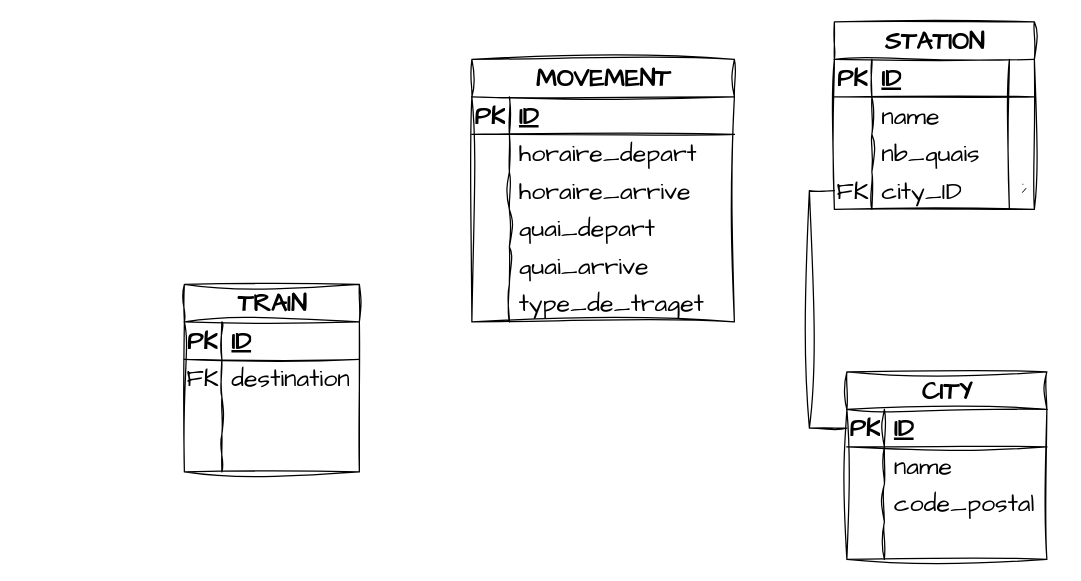
The draw.io diagram taintest.drawio in vsilvanska/examen-info-2023, before the edit. Source tidied: cells renumbered, new cells numbered last; positions are measured from the earlier drawing's top-left corner, leaving out a move shared by most shapes. Both pictures are drawn from the tidied source at 125%, with x=0, y=0 at pixel (184, 21).
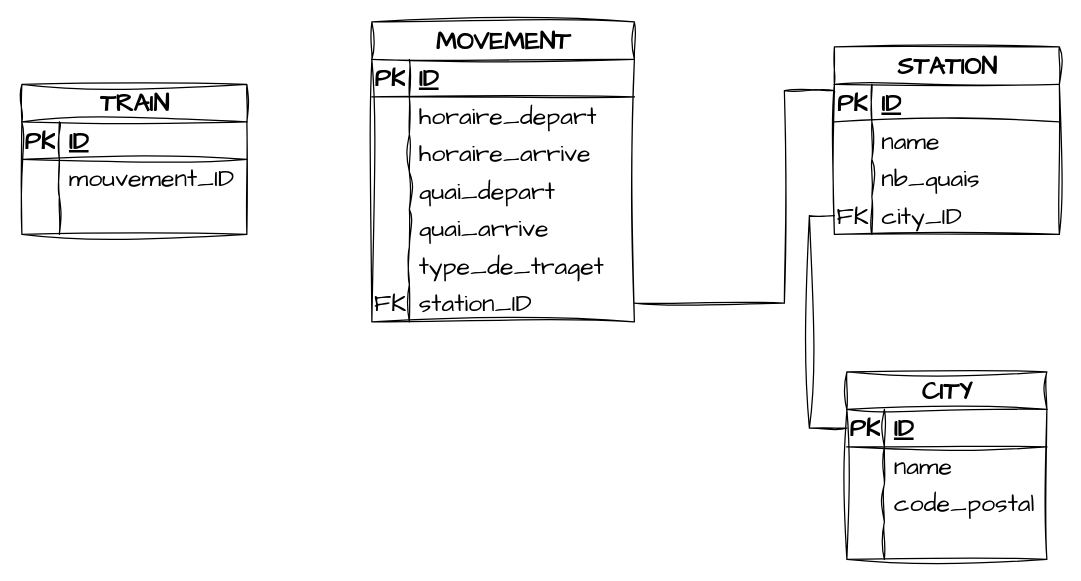
After the change.

Commit message (it also covers changes not shown here):
Mettre à jour taintest.drawio

The change refers to these unchanged cells:
```xml
<mxCell id="16" style="shape=tableRow;horizontal=0;startSize=0;swimlaneHead=0;swimlaneBody=0;fillColor=none;points=[[0,0.5],[1,0.5]];portConstraint=eastwest;top=0;left=0;right=0;bottom=1;sketch=1;hachureGap=4;jiggle=2;curveFitting=1;fontFamily=Architects Daughter;fontSize=20;" parent="15" vertex="1">
  <mxGeometry y="30" width="160" height="30" as="geometry" />
</mxCell>
```

What changed in the source:
```diff
@@
-    <mxCell id="2" value="TRAIN" style="shape=table;startSize=30;childLayout=tableLayout;rowLines=0;fontStyle=1;align=center;html=1;sketch=1;hachureGap=4;jiggle=2;curveFitting=1;fontFamily=Architects Daughter;fontSize=20;" parent="1" vertex="1">
-      <mxGeometry y="210" width="140" height="150" as="geometry" />
-    </mxCell>
-    <mxCell id="3" style="shape=tableRow;horizontal=0;startSize=0;swimlaneHead=0;swimlaneBody=0;fillColor=none;top=0;left=0;right=0;bottom=1;sketch=1;hachureGap=4;jiggle=2;curveFitting=1;fontFamily=Architects Daughter;fontSize=20;" parent="2" vertex="1">
-      <mxGeometry y="30" width="140" height="30" as="geometry" />
-    </mxCell>
-    <mxCell id="4" value="PK" style="shape=partialRectangle;fillColor=none;top=0;left=0;bottom=0;right=0;fontStyle=1;overflow=hidden;whiteSpace=wrap;html=1;sketch=1;hachureGap=4;jiggle=2;curveFitting=1;fontFamily=Architects Daughter;fontSize=20;" parent="3" vertex="1">
-      <mxGeometry width="30" height="30" as="geometry" />
-    </mxCell>
-    <mxCell id="5" value="ID" style="shape=partialRectangle;fillColor=none;top=0;left=0;bottom=0;right=0;align=left;spacingLeft=6;fontStyle=5;overflow=hidden;whiteSpace=wrap;html=1;sketch=1;hachureGap=4;jiggle=2;curveFitting=1;fontFamily=Architects Daughter;fontSize=20;" parent="3" vertex="1">
-      <mxGeometry x="30" width="110" height="30" as="geometry" />
-    </mxCell>
-    <mxCell id="6" style="shape=tableRow;horizontal=0;startSize=0;swimlaneHead=0;swimlaneBody=0;fillColor=none;top=0;left=0;right=0;bottom=0;sketch=1;hachureGap=4;jiggle=2;curveFitting=1;fontFamily=Architects Daughter;fontSize=20;" parent="2" vertex="1">
-      <mxGeometry y="60" width="140" height="30" as="geometry" />
-    </mxCell>
-    <mxCell id="7" value="FK" style="shape=partialRectangle;fillColor=none;top=0;left=0;bottom=0;right=0;overflow=hidden;whiteSpace=wrap;html=1;sketch=1;hachureGap=4;jiggle=2;curveFitting=1;fontFamily=Architects Daughter;fontSize=20;" parent="6" vertex="1">
-      <mxGeometry width="30" height="30" as="geometry" />
-    </mxCell>
-    <mxCell id="8" value="destination" style="shape=partialRectangle;fillColor=none;top=0;left=0;bottom=0;right=0;align=left;spacingLeft=6;overflow=hidden;whiteSpace=wrap;html=1;sketch=1;hachureGap=4;jiggle=2;curveFitting=1;fontFamily=Architects Daughter;fontSize=20;" parent="6" vertex="1">
-      <mxGeometry x="30" width="110" height="30" as="geometry" />
-    </mxCell>
-    <mxCell id="9" style="shape=tableRow;horizontal=0;startSize=0;swimlaneHead=0;swimlaneBody=0;fillColor=none;top=0;left=0;right=0;bottom=0;sketch=1;hachureGap=4;jiggle=2;curveFitting=1;fontFamily=Architects Daughter;fontSize=20;" parent="2" vertex="1">
-      <mxGeometry y="90" width="140" height="30" as="geometry" />
-    </mxCell>
-    <mxCell id="10" style="shape=partialRectangle;fillColor=none;top=0;left=0;bottom=0;right=0;overflow=hidden;whiteSpace=wrap;html=1;sketch=1;hachureGap=4;jiggle=2;curveFitting=1;fontFamily=Architects Daughter;fontSize=20;" parent="9" vertex="1">
-      <mxGeometry width="30" height="30" as="geometry" />
-    </mxCell>
-    <mxCell id="11" style="shape=partialRectangle;fillColor=none;top=0;left=0;bottom=0;right=0;align=left;spacingLeft=6;overflow=hidden;whiteSpace=wrap;html=1;sketch=1;hachureGap=4;jiggle=2;curveFitting=1;fontFamily=Architects Daughter;fontSize=20;" parent="9" vertex="1">
-      <mxGeometry x="30" width="110" height="30" as="geometry" />
-    </mxCell>
-    <mxCell id="12" style="shape=tableRow;horizontal=0;startSize=0;swimlaneHead=0;swimlaneBody=0;fillColor=none;top=0;left=0;right=0;bottom=0;sketch=1;hachureGap=4;jiggle=2;curveFitting=1;fontFamily=Architects Daughter;fontSize=20;" parent="2" vertex="1">
-      <mxGeometry y="120" width="140" height="30" as="geometry" />
-    </mxCell>
-    <mxCell id="13" style="shape=partialRectangle;fillColor=none;top=0;left=0;bottom=0;right=0;overflow=hidden;whiteSpace=wrap;html=1;sketch=1;hachureGap=4;jiggle=2;curveFitting=1;fontFamily=Architects Daughter;fontSize=20;" parent="12" vertex="1">
-      <mxGeometry width="30" height="30" as="geometry" />
-    </mxCell>
-    <mxCell id="14" style="shape=partialRectangle;fillColor=none;top=0;left=0;bottom=0;right=0;align=left;spacingLeft=6;overflow=hidden;whiteSpace=wrap;html=1;sketch=1;hachureGap=4;jiggle=2;curveFitting=1;fontFamily=Architects Daughter;fontSize=20;" parent="12" vertex="1">
-      <mxGeometry x="30" width="110" height="30" as="geometry" />
-    </mxCell>
@@
-    <mxCell id="28" value="STATION" style="shape=table;startSize=30;childLayout=tableLayout;rowLines=0;fontStyle=1;align=center;html=1;sketch=1;hachureGap=4;jiggle=2;curveFitting=1;fontFamily=Architects Daughter;fontSize=20;" parent="1" vertex="1">
-      <mxGeometry x="520" width="160" height="150" as="geometry" />
-    </mxCell>
-    <mxCell id="29" style="shape=tableRow;horizontal=0;startSize=0;swimlaneHead=0;swimlaneBody=0;fillColor=none;top=0;left=0;right=0;bottom=1;sketch=1;hachureGap=4;jiggle=2;curveFitting=1;fontFamily=Architects Daughter;fontSize=20;" parent="28" vertex="1">
-      <mxGeometry y="30" width="160" height="30" as="geometry" />
-    </mxCell>
-    <mxCell id="30" value="PK" style="shape=partialRectangle;fillColor=none;top=0;left=0;bottom=0;right=0;fontStyle=1;overflow=hidden;whiteSpace=wrap;html=1;sketch=1;hachureGap=4;jiggle=2;curveFitting=1;fontFamily=Architects Daughter;fontSize=20;" parent="29" vertex="1">
-      <mxGeometry width="30" height="30" as="geometry" />
-    </mxCell>
-    <mxCell id="31" value="ID" style="shape=partialRectangle;fillColor=none;top=0;left=0;bottom=0;right=0;align=left;spacingLeft=6;fontStyle=5;overflow=hidden;whiteSpace=wrap;html=1;sketch=1;hachureGap=4;jiggle=2;curveFitting=1;fontFamily=Architects Daughter;fontSize=20;" parent="29" vertex="1">
-      <mxGeometry x="30" width="130" height="30" as="geometry" />
-    </mxCell>
-    <mxCell id="32" style="shape=tableRow;horizontal=0;startSize=0;swimlaneHead=0;swimlaneBody=0;fillColor=none;top=0;left=0;right=0;bottom=0;sketch=1;hachureGap=4;jiggle=2;curveFitting=1;fontFamily=Architects Daughter;fontSize=20;" parent="28" vertex="1">
-      <mxGeometry y="60" width="160" height="30" as="geometry" />
-    </mxCell>
-    <mxCell id="33" style="shape=partialRectangle;fillColor=none;top=0;left=0;bottom=0;right=0;overflow=hidden;whiteSpace=wrap;html=1;sketch=1;hachureGap=4;jiggle=2;curveFitting=1;fontFamily=Architects Daughter;fontSize=20;" parent="32" vertex="1">
-      <mxGeometry width="30" height="30" as="geometry" />
-    </mxCell>
-    <mxCell id="34" value="name" style="shape=partialRectangle;fillColor=none;top=0;left=0;bottom=0;right=0;align=left;spacingLeft=6;overflow=hidden;whiteSpace=wrap;html=1;sketch=1;hachureGap=4;jiggle=2;curveFitting=1;fontFamily=Architects Daughter;fontSize=20;" parent="32" vertex="1">
-      <mxGeometry x="30" width="130" height="30" as="geometry" />
-    </mxCell>
-    <mxCell id="35" style="shape=tableRow;horizontal=0;startSize=0;swimlaneHead=0;swimlaneBody=0;fillColor=none;top=0;left=0;right=0;bottom=0;sketch=1;hachureGap=4;jiggle=2;curveFitting=1;fontFamily=Architects Daughter;fontSize=20;" parent="28" vertex="1">
-      <mxGeometry y="90" width="160" height="30" as="geometry" />
-    </mxCell>
-    <mxCell id="36" style="shape=partialRectangle;fillColor=none;top=0;left=0;bottom=0;right=0;overflow=hidden;whiteSpace=wrap;html=1;sketch=1;hachureGap=4;jiggle=2;curveFitting=1;fontFamily=Architects Daughter;fontSize=20;" parent="35" vertex="1">
-      <mxGeometry width="30" height="30" as="geometry" />
-    </mxCell>
-    <mxCell id="37" value="nb_quais" style="shape=partialRectangle;fillColor=none;top=0;left=0;bottom=0;right=0;align=left;spacingLeft=6;overflow=hidden;whiteSpace=wrap;html=1;sketch=1;hachureGap=4;jiggle=2;curveFitting=1;fontFamily=Architects Daughter;fontSize=20;" parent="35" vertex="1">
-      <mxGeometry x="30" width="130" height="30" as="geometry" />
-    </mxCell>
-    <mxCell id="38" style="shape=tableRow;horizontal=0;startSize=0;swimlaneHead=0;swimlaneBody=0;fillColor=none;points=[[0,0.5],[1,0.5]];portConstraint=eastwest;top=0;left=0;right=0;bottom=0;sketch=1;hachureGap=4;jiggle=2;curveFitting=1;fontFamily=Architects Daughter;fontSize=20;" parent="28" vertex="1">
-      <mxGeometry y="120" width="160" height="30" as="geometry" />
-    </mxCell>
-    <mxCell id="39" value="FK" style="shape=partialRectangle;fillColor=none;top=0;left=0;bottom=0;right=0;overflow=hidden;whiteSpace=wrap;html=1;sketch=1;hachureGap=4;jiggle=2;curveFitting=1;fontFamily=Architects Daughter;fontSize=20;" parent="38" vertex="1">
-      <mxGeometry width="30" height="30" as="geometry" />
-    </mxCell>
-    <mxCell id="40" value="city_ID" style="shape=partialRectangle;fillColor=none;top=0;left=0;bottom=0;right=0;align=left;spacingLeft=6;overflow=hidden;whiteSpace=wrap;html=1;sketch=1;hachureGap=4;jiggle=2;curveFitting=1;fontFamily=Architects Daughter;fontSize=20;" parent="38" vertex="1">
-      <mxGeometry x="30" width="110" height="30" as="geometry" />
-    </mxCell>
-    <mxCell id="41" style="shape=waypoint;sketch=1;size=6;fillColor=default;perimeter=centerPerimeter;fontSize=20;fontFamily=Architects Daughter;startSize=30;fontStyle=1;hachureGap=4;jiggle=2;curveFitting=1;" parent="38" vertex="1">
-      <mxGeometry x="140" width="20" height="30" as="geometry" />
-    </mxCell>
     <mxCell id="42" value="MOVEMENT" style="shape=table;startSize=30;childLayout=tableLayout;rowLines=0;fontStyle=1;align=center;html=1;sketch=1;hachureGap=4;jiggle=2;curveFitting=1;fontFamily=Architects Daughter;fontSize=20;" parent="1" vertex="1">
-      <mxGeometry x="230" y="30" width="210" height="210" as="geometry" />
+      <mxGeometry x="150" width="210" height="240" as="geometry" />
     </mxCell>
@@
+    <mxCell id="62" style="shape=tableRow;horizontal=0;startSize=0;swimlaneHead=0;swimlaneBody=0;fillColor=none;points=[[0,0.5],[1,0.5]];portConstraint=eastwest;top=0;left=0;right=0;bottom=0;sketch=1;hachureGap=4;jiggle=2;curveFitting=1;fontFamily=Architects Daughter;fontSize=20;" parent="42" vertex="1">
+      <mxGeometry y="210" width="210" height="30" as="geometry" />
+    </mxCell>
+    <mxCell id="63" value="FK" style="shape=partialRectangle;fillColor=none;top=0;left=0;bottom=0;right=0;overflow=hidden;whiteSpace=wrap;html=1;sketch=1;hachureGap=4;jiggle=2;curveFitting=1;fontFamily=Architects Daughter;fontSize=20;" parent="62" vertex="1">
+      <mxGeometry width="30" height="30" as="geometry" />
+    </mxCell>
+    <mxCell id="64" value="station_ID" style="shape=partialRectangle;fillColor=none;top=0;left=0;bottom=0;right=0;align=left;spacingLeft=6;overflow=hidden;whiteSpace=wrap;html=1;sketch=1;hachureGap=4;jiggle=2;curveFitting=1;fontFamily=Architects Daughter;fontSize=20;" parent="62" vertex="1">
+      <mxGeometry x="30" width="180" height="30" as="geometry" />
+    </mxCell>
-    <mxCell id="61" style="edgeStyle=orthogonalEdgeStyle;rounded=0;sketch=1;hachureGap=4;jiggle=2;curveFitting=1;jettySize=auto;html=1;entryX=0;entryY=0.5;entryDx=0;entryDy=0;fontFamily=Architects Daughter;fontSize=16;endArrow=none;endFill=0;" parent="1" edge="1" source="16" target="38">
+    <mxCell id="61" style="edgeStyle=orthogonalEdgeStyle;rounded=0;sketch=1;hachureGap=4;jiggle=2;curveFitting=1;jettySize=auto;html=1;entryX=0;entryY=0.5;entryDx=0;entryDy=0;fontFamily=Architects Daughter;fontSize=16;endArrow=none;endFill=0;" parent="1" edge="1" source="16" target="82">
       <mxGeometry relative="1" as="geometry" />
     </mxCell>
+    <mxCell id="65" style="edgeStyle=orthogonalEdgeStyle;rounded=0;sketch=1;hachureGap=4;jiggle=2;curveFitting=1;jettySize=auto;html=1;exitX=1;exitY=0.5;exitDx=0;exitDy=0;entryX=0;entryY=0.25;entryDx=0;entryDy=0;fontFamily=Architects Daughter;fontSize=16;endArrow=none;endFill=0;" parent="1" edge="1" source="62" target="28">
+      <mxGeometry relative="1" as="geometry">
+        <Array as="points">
+          <mxPoint x="480" y="225" />
+          <mxPoint x="480" y="55" />
+          <mxPoint x="520" y="55" />
+        </Array>
+      </mxGeometry>
+    </mxCell>
+    <mxCell id="2" value="TRAIN" style="shape=table;startSize=30;childLayout=tableLayout;rowLines=0;fontStyle=1;align=center;html=1;sketch=1;hachureGap=4;jiggle=2;curveFitting=1;fontFamily=Architects Daughter;fontSize=20;" parent="1" vertex="1">
+      <mxGeometry x="-130" y="50" width="180" height="120" as="geometry" />
+    </mxCell>
+    <mxCell id="66" style="shape=tableRow;horizontal=0;startSize=0;swimlaneHead=0;swimlaneBody=0;fillColor=none;top=0;left=0;right=0;bottom=1;sketch=1;hachureGap=4;jiggle=2;curveFitting=1;fontFamily=Architects Daughter;fontSize=20;" parent="2" vertex="1">
+      <mxGeometry y="30" width="180" height="30" as="geometry" />
+    </mxCell>
+    <mxCell id="67" value="PK" style="shape=partialRectangle;fillColor=none;top=0;left=0;bottom=0;right=0;fontStyle=1;overflow=hidden;whiteSpace=wrap;html=1;sketch=1;hachureGap=4;jiggle=2;curveFitting=1;fontFamily=Architects Daughter;fontSize=20;" parent="66" vertex="1">
+      <mxGeometry width="30" height="30" as="geometry" />
+    </mxCell>
+    <mxCell id="68" value="ID" style="shape=partialRectangle;fillColor=none;top=0;left=0;bottom=0;right=0;align=left;spacingLeft=6;fontStyle=5;overflow=hidden;whiteSpace=wrap;html=1;sketch=1;hachureGap=4;jiggle=2;curveFitting=1;fontFamily=Architects Daughter;fontSize=20;" parent="66" vertex="1">
+      <mxGeometry x="30" width="150" height="30" as="geometry" />
+    </mxCell>
+    <mxCell id="69" style="shape=tableRow;horizontal=0;startSize=0;swimlaneHead=0;swimlaneBody=0;fillColor=none;top=0;left=0;right=0;bottom=0;sketch=1;hachureGap=4;jiggle=2;curveFitting=1;fontFamily=Architects Daughter;fontSize=20;" parent="2" vertex="1">
+      <mxGeometry y="60" width="180" height="30" as="geometry" />
+    </mxCell>
+    <mxCell id="70" style="shape=partialRectangle;fillColor=none;top=0;left=0;bottom=0;right=0;overflow=hidden;whiteSpace=wrap;html=1;sketch=1;hachureGap=4;jiggle=2;curveFitting=1;fontFamily=Architects Daughter;fontSize=20;" parent="69" vertex="1">
+      <mxGeometry width="30" height="30" as="geometry" />
+    </mxCell>
+    <mxCell id="71" value="mouvement_ID" style="shape=partialRectangle;fillColor=none;top=0;left=0;bottom=0;right=0;align=left;spacingLeft=6;overflow=hidden;whiteSpace=wrap;html=1;sketch=1;hachureGap=4;jiggle=2;curveFitting=1;fontFamily=Architects Daughter;fontSize=20;" parent="69" vertex="1">
+      <mxGeometry x="30" width="150" height="30" as="geometry" />
+    </mxCell>
+    <mxCell id="72" style="shape=tableRow;horizontal=0;startSize=0;swimlaneHead=0;swimlaneBody=0;fillColor=none;top=0;left=0;right=0;bottom=0;sketch=1;hachureGap=4;jiggle=2;curveFitting=1;fontFamily=Architects Daughter;fontSize=20;" parent="2" vertex="1">
+      <mxGeometry y="90" width="180" height="30" as="geometry" />
+    </mxCell>
+    <mxCell id="73" style="shape=partialRectangle;fillColor=none;top=0;left=0;bottom=0;right=0;overflow=hidden;whiteSpace=wrap;html=1;sketch=1;hachureGap=4;jiggle=2;curveFitting=1;fontFamily=Architects Daughter;fontSize=20;" parent="72" vertex="1">
+      <mxGeometry width="30" height="30" as="geometry" />
+    </mxCell>
+    <mxCell id="74" style="shape=partialRectangle;fillColor=none;top=0;left=0;bottom=0;right=0;align=left;spacingLeft=6;overflow=hidden;whiteSpace=wrap;html=1;sketch=1;hachureGap=4;jiggle=2;curveFitting=1;fontFamily=Architects Daughter;fontSize=20;" parent="72" vertex="1">
+      <mxGeometry x="30" width="150" height="30" as="geometry" />
+    </mxCell>
+    <mxCell id="28" value="STATION" style="shape=table;startSize=30;childLayout=tableLayout;rowLines=0;fontStyle=1;align=center;html=1;sketch=1;hachureGap=4;jiggle=2;curveFitting=1;fontFamily=Architects Daughter;fontSize=20;" parent="1" vertex="1">
+      <mxGeometry x="520" y="20" width="180" height="150" as="geometry" />
+    </mxCell>
+    <mxCell id="75" style="shape=tableRow;horizontal=0;startSize=0;swimlaneHead=0;swimlaneBody=0;fillColor=none;top=0;left=0;right=0;bottom=1;sketch=1;hachureGap=4;jiggle=2;curveFitting=1;fontFamily=Architects Daughter;fontSize=20;" parent="28" vertex="1">
+      <mxGeometry y="30" width="180" height="30" as="geometry" />
+    </mxCell>
+    <mxCell id="76" value="PK" style="shape=partialRectangle;fillColor=none;top=0;left=0;bottom=0;right=0;fontStyle=1;overflow=hidden;whiteSpace=wrap;html=1;sketch=1;hachureGap=4;jiggle=2;curveFitting=1;fontFamily=Architects Daughter;fontSize=20;" parent="75" vertex="1">
+      <mxGeometry width="30" height="30" as="geometry" />
+    </mxCell>
+    <mxCell id="77" value="ID" style="shape=partialRectangle;fillColor=none;top=0;left=0;bottom=0;right=0;align=left;spacingLeft=6;fontStyle=5;overflow=hidden;whiteSpace=wrap;html=1;sketch=1;hachureGap=4;jiggle=2;curveFitting=1;fontFamily=Architects Daughter;fontSize=20;" parent="75" vertex="1">
+      <mxGeometry x="30" width="150" height="30" as="geometry" />
+    </mxCell>
+    <mxCell id="78" style="shape=tableRow;horizontal=0;startSize=0;swimlaneHead=0;swimlaneBody=0;fillColor=none;top=0;left=0;right=0;bottom=0;sketch=1;hachureGap=4;jiggle=2;curveFitting=1;fontFamily=Architects Daughter;fontSize=20;" parent="28" vertex="1">
+      <mxGeometry y="60" width="180" height="30" as="geometry" />
+    </mxCell>
+    <mxCell id="79" style="shape=partialRectangle;fillColor=none;top=0;left=0;bottom=0;right=0;overflow=hidden;whiteSpace=wrap;html=1;sketch=1;hachureGap=4;jiggle=2;curveFitting=1;fontFamily=Architects Daughter;fontSize=20;" parent="78" vertex="1">
+      <mxGeometry width="30" height="30" as="geometry" />
+    </mxCell>
+    <mxCell id="34" value="name" style="shape=partialRectangle;fillColor=none;top=0;left=0;bottom=0;right=0;align=left;spacingLeft=6;overflow=hidden;whiteSpace=wrap;html=1;sketch=1;hachureGap=4;jiggle=2;curveFitting=1;fontFamily=Architects Daughter;fontSize=20;" parent="78" vertex="1">
+      <mxGeometry x="30" width="150" height="30" as="geometry" />
+    </mxCell>
+    <mxCell id="80" style="shape=tableRow;horizontal=0;startSize=0;swimlaneHead=0;swimlaneBody=0;fillColor=none;top=0;left=0;right=0;bottom=0;sketch=1;hachureGap=4;jiggle=2;curveFitting=1;fontFamily=Architects Daughter;fontSize=20;" parent="28" vertex="1">
+      <mxGeometry y="90" width="180" height="30" as="geometry" />
+    </mxCell>
+    <mxCell id="81" style="shape=partialRectangle;fillColor=none;top=0;left=0;bottom=0;right=0;overflow=hidden;whiteSpace=wrap;html=1;sketch=1;hachureGap=4;jiggle=2;curveFitting=1;fontFamily=Architects Daughter;fontSize=20;" parent="80" vertex="1">
+      <mxGeometry width="30" height="30" as="geometry" />
+    </mxCell>
+    <mxCell id="37" value="nb_quais" style="shape=partialRectangle;fillColor=none;top=0;left=0;bottom=0;right=0;align=left;spacingLeft=6;overflow=hidden;whiteSpace=wrap;html=1;sketch=1;hachureGap=4;jiggle=2;curveFitting=1;fontFamily=Architects Daughter;fontSize=20;" parent="80" vertex="1">
+      <mxGeometry x="30" width="150" height="30" as="geometry" />
+    </mxCell>
+    <mxCell id="82" style="shape=tableRow;horizontal=0;startSize=0;swimlaneHead=0;swimlaneBody=0;fillColor=none;points=[[0,0.5],[1,0.5]];portConstraint=eastwest;top=0;left=0;right=0;bottom=0;sketch=1;hachureGap=4;jiggle=2;curveFitting=1;fontFamily=Architects Daughter;fontSize=20;" parent="28" vertex="1">
+      <mxGeometry y="120" width="180" height="30" as="geometry" />
+    </mxCell>
+    <mxCell id="83" value="FK" style="shape=partialRectangle;fillColor=none;top=0;left=0;bottom=0;right=0;overflow=hidden;whiteSpace=wrap;html=1;sketch=1;hachureGap=4;jiggle=2;curveFitting=1;fontFamily=Architects Daughter;fontSize=20;" parent="82" vertex="1">
+      <mxGeometry width="30" height="30" as="geometry" />
+    </mxCell>
+    <mxCell id="40" value="city_ID" style="shape=partialRectangle;fillColor=none;top=0;left=0;bottom=0;right=0;align=left;spacingLeft=6;overflow=hidden;whiteSpace=wrap;html=1;sketch=1;hachureGap=4;jiggle=2;curveFitting=1;fontFamily=Architects Daughter;fontSize=20;" parent="82" vertex="1">
+      <mxGeometry x="30" width="150" height="30" as="geometry" />
+    </mxCell>
```
